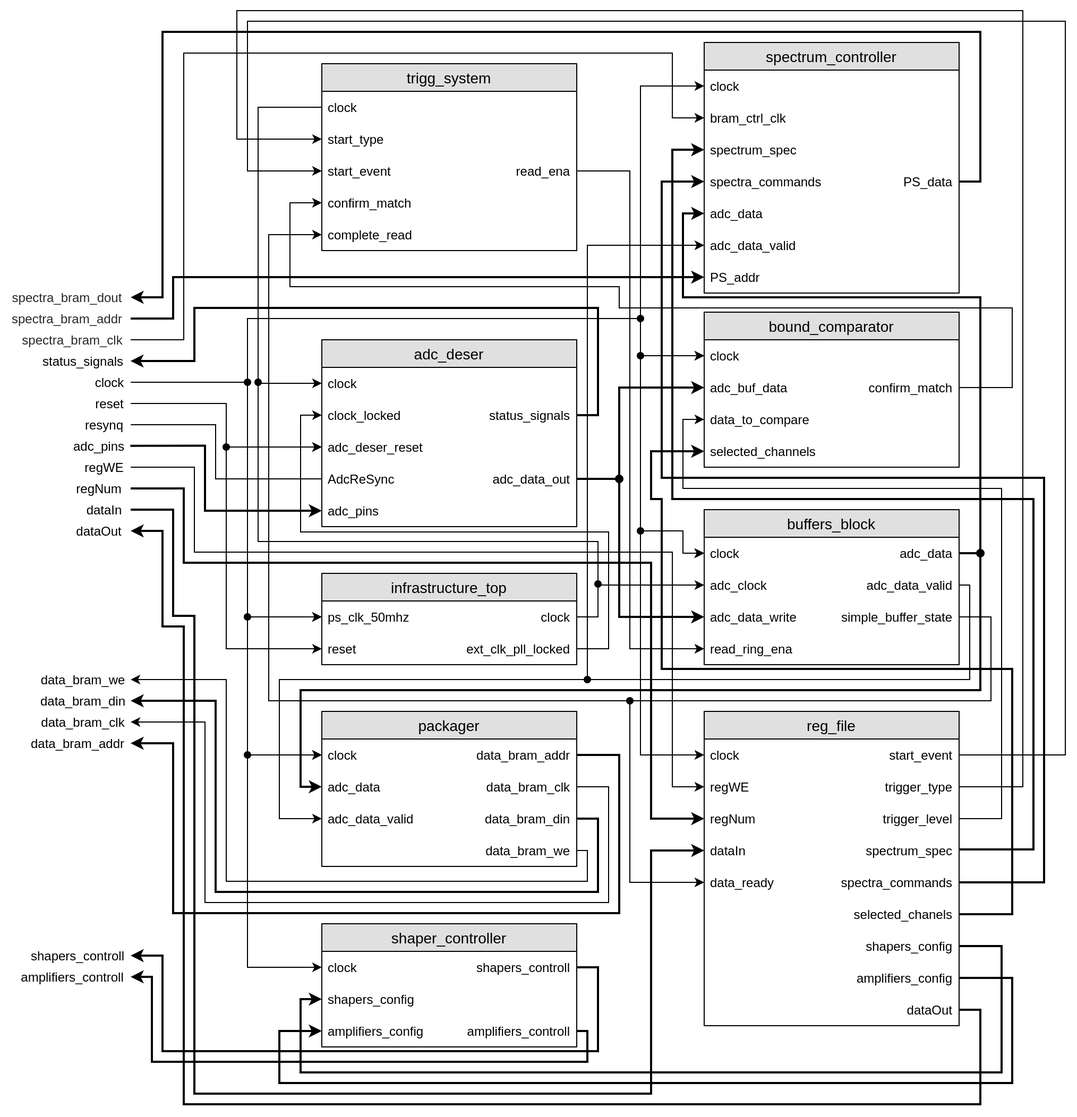
gra98rus/Stand-for-Calorimeter-Crystal keeps this draw.io diagram as Report/Diploma/images/PL_top.png. Above is the earlier version. Source tidied: cells renumbered, new cells last; positions are measured from the earlier drawing's top-left corner, leaving out a move shared by most shapes.
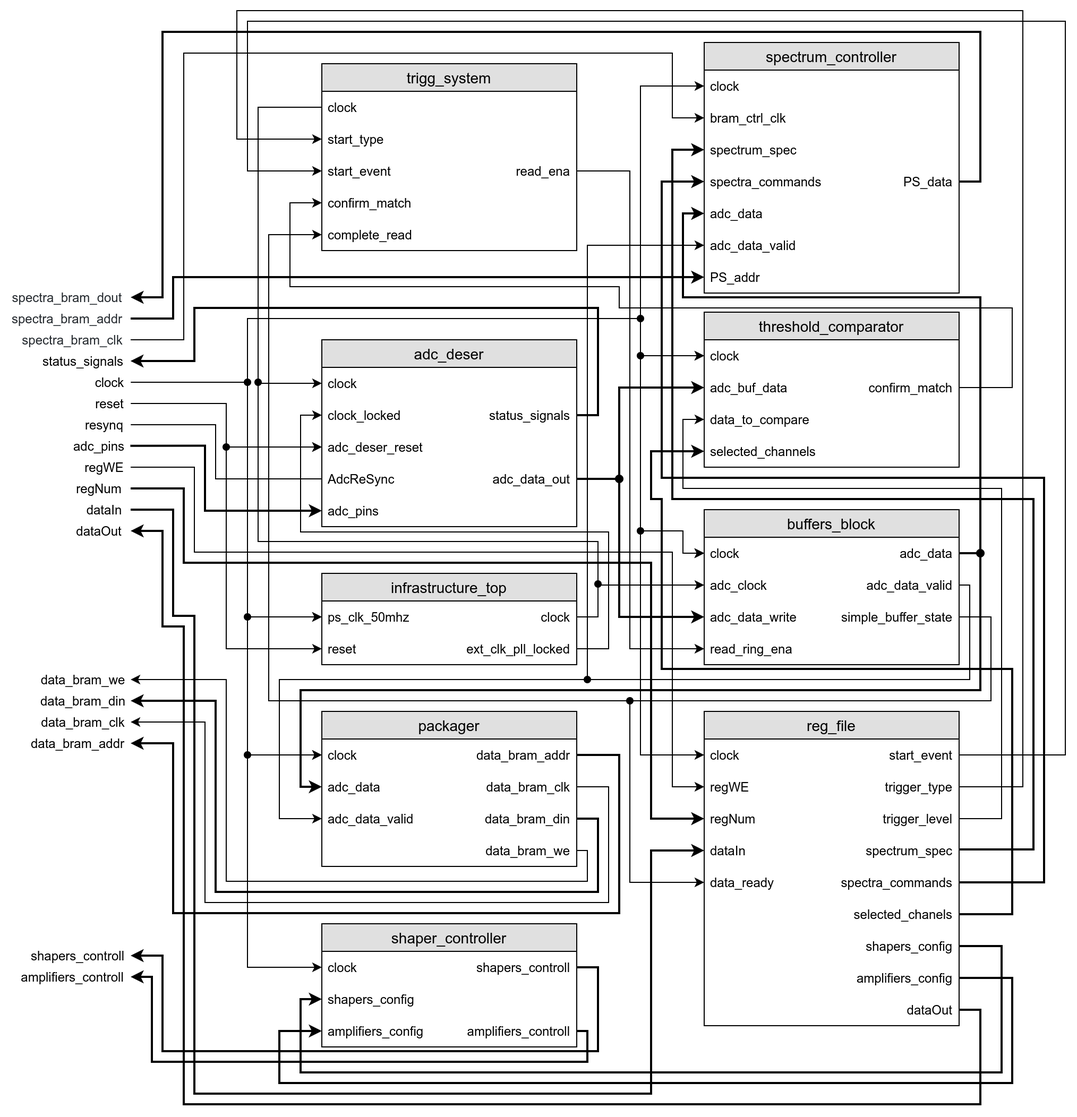
Later version of the same file.

The edit, as a diff of the source:
```diff
@@ -506,7 +506,7 @@
         <mxPoint x="920" y="511" as="targetPoint" />
       </mxGeometry>
     </mxCell>
-    <mxCell id="104" value="bound_comparator" style="swimlane;fontStyle=0;horizontal=1;startSize=26;fillColor=#e0e0e0;swimlaneFillColor=#ffffff;align=center;fontSize=14;rounded=0;shadow=0;glass=0;comic=0;strokeColor=#000000;html=0;" parent="1" vertex="1">
+    <mxCell id="104" value="threshold_comparator" style="swimlane;fontStyle=0;horizontal=1;startSize=26;fillColor=#e0e0e0;swimlaneFillColor=#ffffff;align=center;fontSize=14;rounded=0;shadow=0;glass=0;comic=0;strokeColor=#000000;html=0;" parent="1" vertex="1">
       <mxGeometry x="660" y="284" width="240" height="146" as="geometry" />
     </mxCell>
     <mxCell id="105" style="shape=partialRectangle;top=0;left=0;right=0;bottom=1;align=right;verticalAlign=middle;fillColor=none;spacingLeft=34;spacingRight=4;overflow=hidden;points=[[0,0.5],[1,0.5]];portConstraint=eastwest;fontStyle=0;fontSize=12;strokeColor=none;fontColor=#000000;" parent="104" vertex="1">
```
